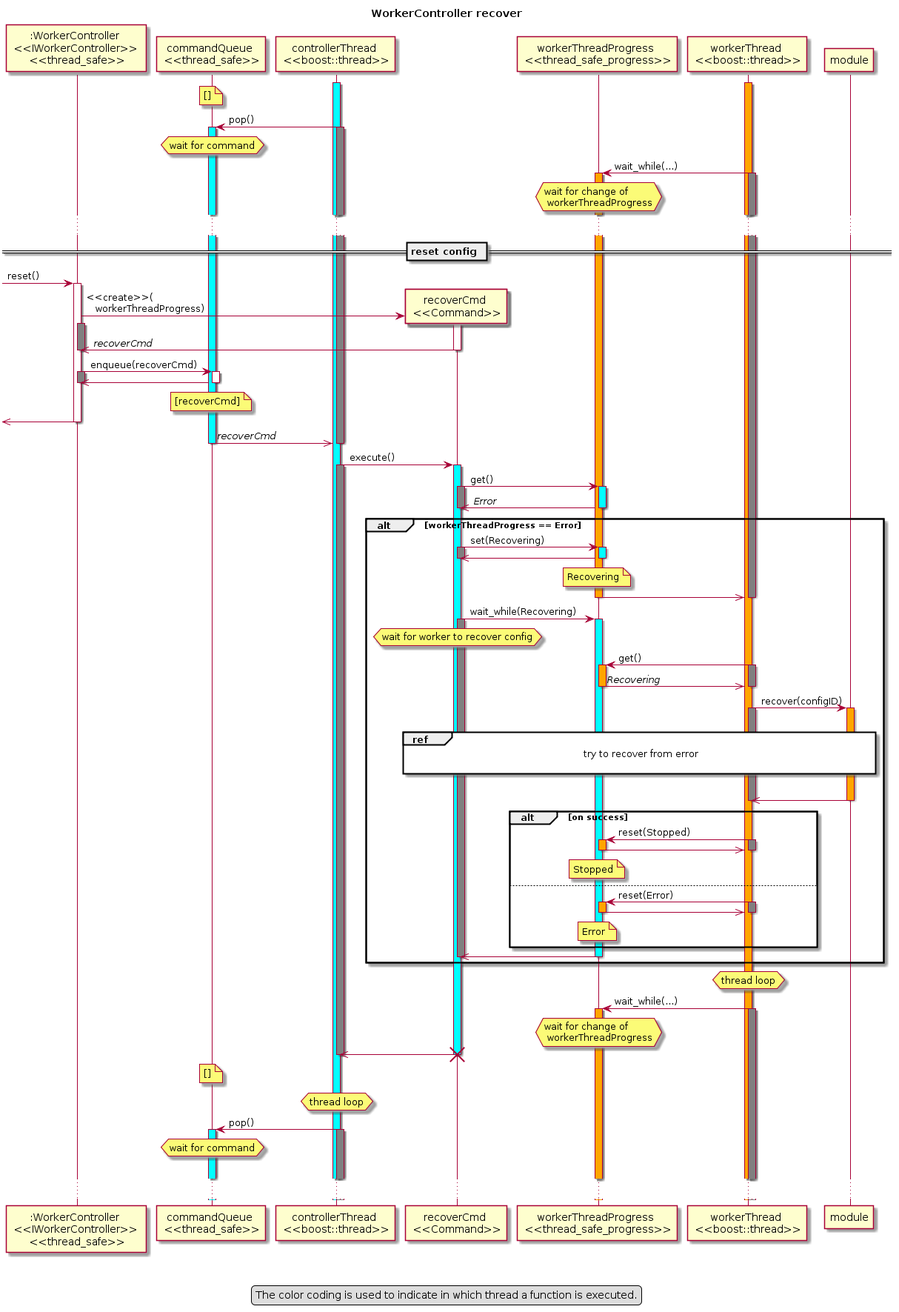
The PlantUML diagram docs/Software_Design/Worker/WorkerController recover.png in ConnectedVision/connectedvision, before a commit.
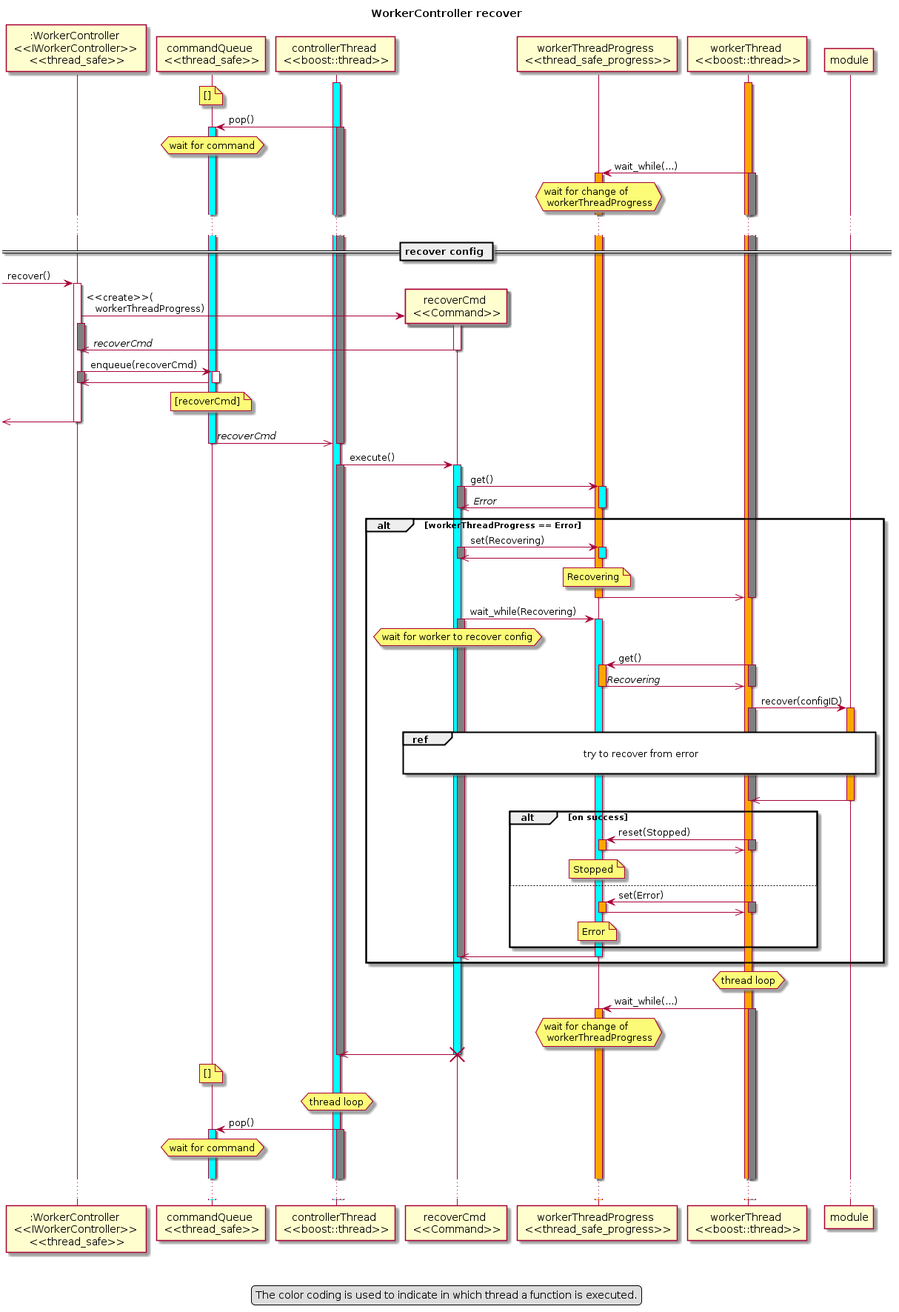
Later version of the same file.

Commit message:
implement WorkerController, fix some Unit Tests

Change to the diagram source:
```diff
@@ -31,10 +31,10 @@
 
 ...
 
-== reset config ==
+== recover config ==
 
 
- -> WorkerController : reset()
+ -> WorkerController : recover()
 activate WorkerController
 
 create recoverCmd
@@ -113,7 +113,7 @@
 		deactivate workerThread #gray
 		note over workerThreadProgress: Stopped
 	else
-		workerThread -> workerThreadProgress: reset(Error)
+		workerThread -> workerThreadProgress: set(Error)
 		activate workerThreadProgress #orange
 		activate workerThread #gray
 		workerThread <<- workerThreadProgress
```
